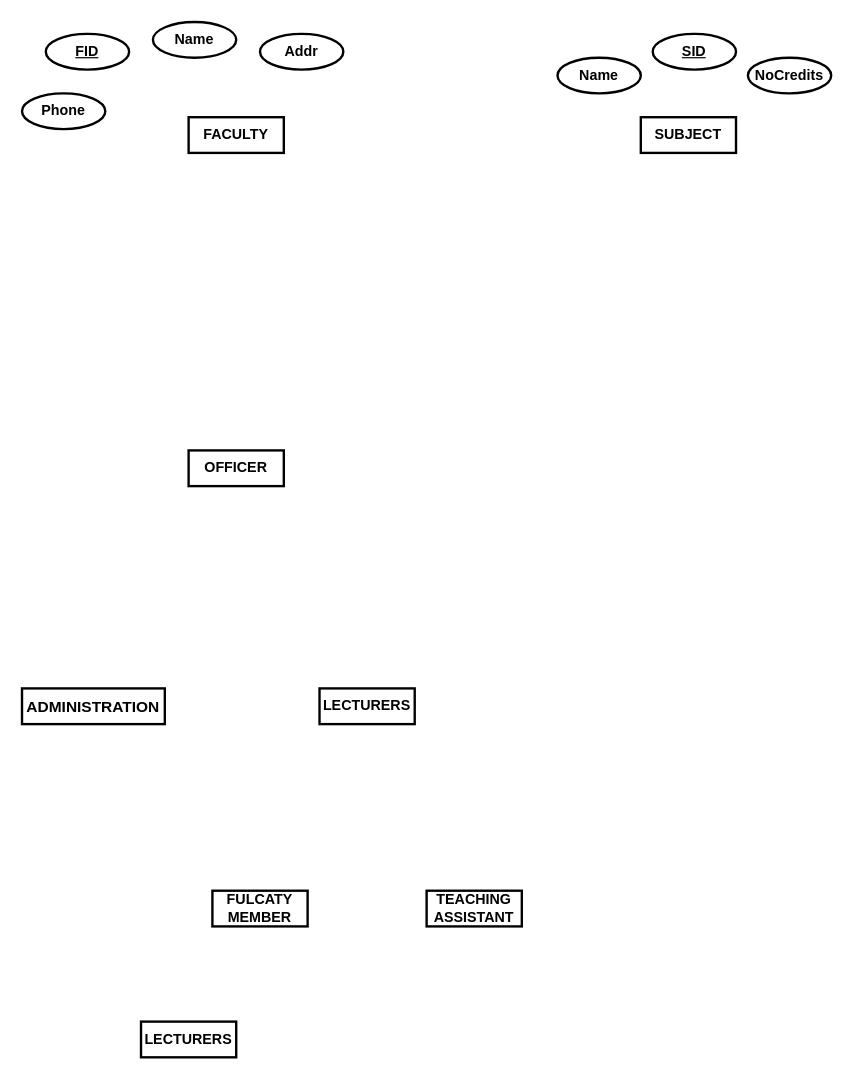
The draw.io diagram daotao-W5.drawio in kieuvantuyen01/testGit, before the edit. Source tidied: cells renumbered, new cells numbered last; positions are measured from the earlier drawing's top-left corner, leaving out a move shared by most shapes. Both pictures are drawn from the tidied source at 119%, with x=0, y=0 at pixel (21, 21).
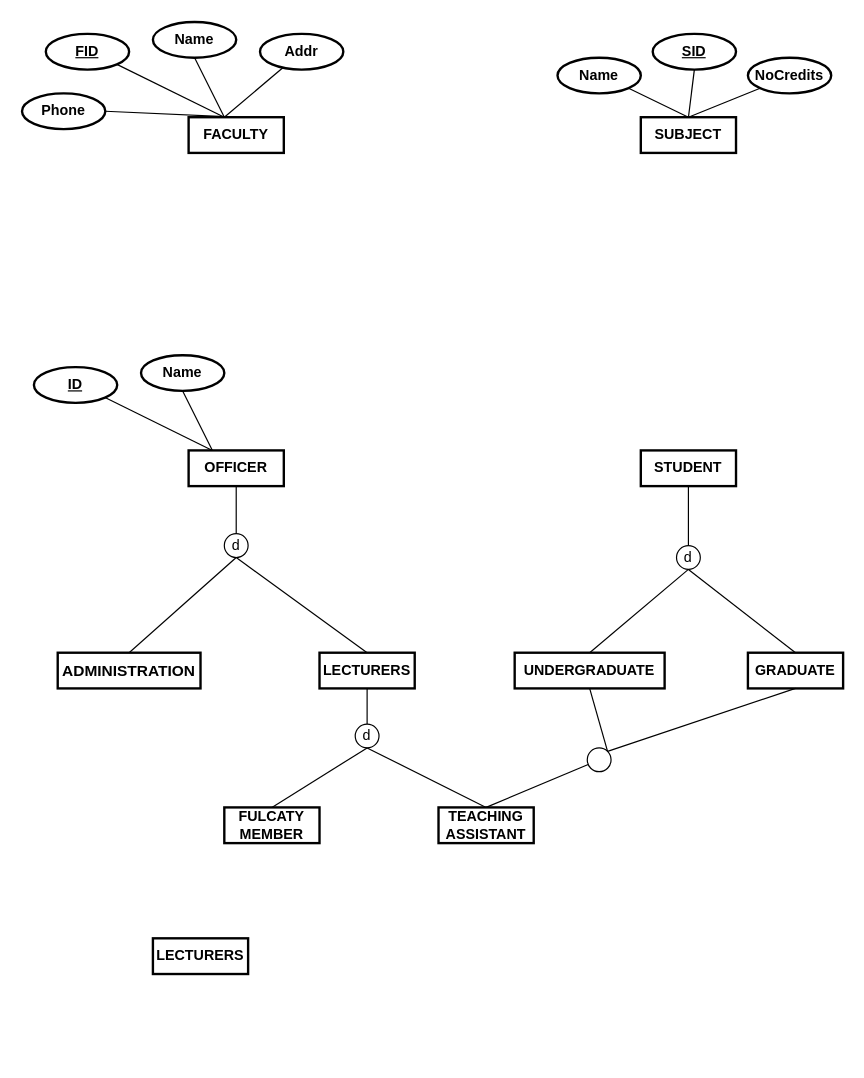
After the change.

Unchanged cells that the change refers to:
```xml
<mxCell id="2" value="&lt;b&gt;FACULTY&lt;/b&gt;" style="rounded=0;whiteSpace=wrap;html=1;strokeWidth=2;" parent="1" vertex="1">
  <mxGeometry x="140" y="80" width="80" height="30" as="geometry" />
</mxCell>
<mxCell id="3" value="&lt;span&gt;FID&lt;/span&gt;" style="ellipse;whiteSpace=wrap;html=1;strokeWidth=2;fontStyle=5;" parent="1" vertex="1">
  <mxGeometry x="20" y="10" width="70" height="30" as="geometry" />
</mxCell>
<mxCell id="4" value="&lt;b&gt;Name&lt;/b&gt;" style="ellipse;whiteSpace=wrap;html=1;strokeWidth=2;" parent="1" vertex="1">
  <mxGeometry x="110" width="70" height="30" as="geometry" />
</mxCell>
<mxCell id="5" value="&lt;b&gt;Addr&lt;/b&gt;" style="ellipse;whiteSpace=wrap;html=1;strokeWidth=2;" parent="1" vertex="1">
  <mxGeometry x="200" y="10" width="70" height="30" as="geometry" />
</mxCell>
<mxCell id="6" value="&lt;b&gt;Phone&lt;/b&gt;" style="ellipse;whiteSpace=wrap;html=1;strokeWidth=2;" parent="1" vertex="1">
  <mxGeometry y="60" width="70" height="30" as="geometry" />
</mxCell>
<mxCell id="7" value="&lt;b&gt;SUBJECT&lt;/b&gt;" style="rounded=0;whiteSpace=wrap;html=1;strokeWidth=2;" parent="1" vertex="1">
  <mxGeometry x="520" y="80" width="80" height="30" as="geometry" />
</mxCell>
<mxCell id="8" value="&lt;b&gt;Name&lt;/b&gt;" style="ellipse;whiteSpace=wrap;html=1;strokeWidth=2;" parent="1" vertex="1">
  <mxGeometry x="450" y="30" width="70" height="30" as="geometry" />
</mxCell>
<mxCell id="9" value="&lt;b&gt;&lt;u&gt;SID&lt;/u&gt;&lt;/b&gt;" style="ellipse;whiteSpace=wrap;html=1;strokeWidth=2;" parent="1" vertex="1">
  <mxGeometry x="530" y="10" width="70" height="30" as="geometry" />
</mxCell>
<mxCell id="10" value="&lt;b&gt;NoCredits&lt;/b&gt;" style="ellipse;whiteSpace=wrap;html=1;strokeWidth=2;" parent="1" vertex="1">
  <mxGeometry x="610" y="30" width="70" height="30" as="geometry" />
</mxCell>
<mxCell id="11" value="&lt;b&gt;OFFICER&lt;/b&gt;" style="rounded=0;whiteSpace=wrap;html=1;strokeWidth=2;" parent="1" vertex="1">
  <mxGeometry x="140" y="360" width="80" height="30" as="geometry" />
</mxCell>
```

Change to the diagram source:
```diff
@@
     <mxCell id="12" value="&lt;div&gt;&lt;span style=&quot;font-size: 13px&quot;&gt;&lt;font&gt;&lt;b&gt;ADMINISTRATION&lt;/b&gt;&lt;/font&gt;&lt;/span&gt;&lt;/div&gt;" style="rounded=0;whiteSpace=wrap;html=1;strokeWidth=2;fontFamily=Helvetica;" parent="1" vertex="1">
-      <mxGeometry y="560" width="120" height="30" as="geometry" />
+      <mxGeometry x="30" y="530" width="120" height="30" as="geometry" />
     </mxCell>
     <mxCell id="13" value="&lt;b&gt;LECTURERS&lt;/b&gt;" style="rounded=0;whiteSpace=wrap;html=1;strokeWidth=2;" parent="1" vertex="1">
-      <mxGeometry x="250" y="560" width="80" height="30" as="geometry" />
+      <mxGeometry x="250" y="530" width="80" height="30" as="geometry" />
     </mxCell>
     <mxCell id="14" value="&lt;b&gt;FULCATY MEMBER&lt;/b&gt;" style="rounded=0;whiteSpace=wrap;html=1;strokeWidth=2;" parent="1" vertex="1">
-      <mxGeometry x="160" y="730" width="80" height="30" as="geometry" />
+      <mxGeometry x="170" y="660" width="80" height="30" as="geometry" />
     </mxCell>
     <mxCell id="15" value="&lt;b&gt;TEACHING ASSISTANT&lt;/b&gt;" style="rounded=0;whiteSpace=wrap;html=1;strokeWidth=2;" parent="1" vertex="1">
-      <mxGeometry x="340" y="730" width="80" height="30" as="geometry" />
+      <mxGeometry x="350" y="660" width="80" height="30" as="geometry" />
     </mxCell>
     <mxCell id="16" value="&lt;b&gt;LECTURERS&lt;/b&gt;" style="rounded=0;whiteSpace=wrap;html=1;strokeWidth=2;" parent="1" vertex="1">
-      <mxGeometry x="100" y="840" width="80" height="30" as="geometry" />
+      <mxGeometry x="110" y="770" width="80" height="30" as="geometry" />
     </mxCell>
+    <mxCell id="17" value="&lt;b&gt;STUDENT&lt;/b&gt;" style="rounded=0;whiteSpace=wrap;html=1;strokeWidth=2;" parent="1" vertex="1">
+      <mxGeometry x="520" y="360" width="80" height="30" as="geometry" />
+    </mxCell>
+    <mxCell id="18" value="&lt;b&gt;UNDERGRADUATE&lt;/b&gt;" style="rounded=0;whiteSpace=wrap;html=1;strokeWidth=2;" parent="1" vertex="1">
+      <mxGeometry x="414" y="530" width="126" height="30" as="geometry" />
+    </mxCell>
+    <mxCell id="19" value="&lt;b&gt;GRADUATE&lt;/b&gt;" style="rounded=0;whiteSpace=wrap;html=1;strokeWidth=2;" parent="1" vertex="1">
+      <mxGeometry x="610" y="530" width="80" height="30" as="geometry" />
+    </mxCell>
+    <mxCell id="20" style="endArrow=none;html=1;rounded=0;exitX=0.5;exitY=1;exitDx=0;exitDy=0;" parent="1" edge="1" source="11" target="21">
+      <mxGeometry relative="1" as="geometry" />
+    </mxCell>
+    <mxCell id="21" value="d" style="ellipse;whiteSpace=wrap;html=1;" parent="1" vertex="1">
+      <mxGeometry x="170" y="430" width="20" height="20" as="geometry" />
+    </mxCell>
+    <mxCell id="22" style="endArrow=none;html=1;rounded=0;exitX=0.5;exitY=1;exitDx=0;exitDy=0;entryX=0.5;entryY=0;entryDx=0;entryDy=0;" parent="1" edge="1" source="21" target="12">
+      <mxGeometry relative="1" as="geometry" />
+    </mxCell>
+    <mxCell id="23" style="endArrow=none;html=1;rounded=0;exitX=0.5;exitY=1;exitDx=0;exitDy=0;entryX=0.5;entryY=0;entryDx=0;entryDy=0;" parent="1" edge="1" source="21" target="13">
+      <mxGeometry relative="1" as="geometry" />
+    </mxCell>
+    <mxCell id="24" style="endArrow=none;html=1;rounded=0;exitX=0.5;exitY=1;exitDx=0;exitDy=0;" parent="1" edge="1" source="17" target="25">
+      <mxGeometry relative="1" as="geometry" />
+    </mxCell>
+    <mxCell id="25" value="d" style="ellipse;whiteSpace=wrap;html=1;" parent="1" vertex="1">
+      <mxGeometry x="550" y="440" width="20" height="20" as="geometry" />
+    </mxCell>
+    <mxCell id="26" style="endArrow=none;html=1;rounded=0;exitX=0.5;exitY=1;exitDx=0;exitDy=0;entryX=0.5;entryY=0;entryDx=0;entryDy=0;" parent="1" edge="1" source="25" target="18">
+      <mxGeometry relative="1" as="geometry" />
+    </mxCell>
+    <mxCell id="27" style="endArrow=none;html=1;rounded=0;exitX=0.5;exitY=1;exitDx=0;exitDy=0;" parent="1" edge="1" source="25">
+      <mxGeometry relative="1" as="geometry">
+        <mxPoint x="650" y="530" as="targetPoint" />
+      </mxGeometry>
+    </mxCell>
+    <mxCell id="28" style="endArrow=none;html=1;rounded=0;exitX=0.5;exitY=1;exitDx=0;exitDy=0;" parent="1" edge="1" source="13" target="29">
+      <mxGeometry relative="1" as="geometry" />
+    </mxCell>
+    <mxCell id="29" value="d" style="ellipse;whiteSpace=wrap;html=1;" parent="1" vertex="1">
+      <mxGeometry x="280" y="590" width="20" height="20" as="geometry" />
+    </mxCell>
+    <mxCell id="30" style="endArrow=none;html=1;rounded=0;exitX=0.5;exitY=1;exitDx=0;exitDy=0;entryX=0.5;entryY=0;entryDx=0;entryDy=0;" parent="1" edge="1" source="29" target="14">
+      <mxGeometry relative="1" as="geometry" />
+    </mxCell>
+    <mxCell id="31" style="endArrow=none;html=1;rounded=0;exitX=0.5;exitY=1;exitDx=0;exitDy=0;entryX=0.5;entryY=0;entryDx=0;entryDy=0;" parent="1" edge="1" source="29" target="15">
+      <mxGeometry relative="1" as="geometry" />
+    </mxCell>
+    <mxCell id="32" style="endArrow=none;html=1;rounded=0;entryX=0.5;entryY=0;entryDx=0;entryDy=0;exitX=1;exitY=0.5;exitDx=0;exitDy=0;" parent="1" edge="1" source="6" target="2">
+      <mxGeometry relative="1" as="geometry" />
+    </mxCell>
+    <mxCell id="33" style="endArrow=none;html=1;rounded=0;exitX=1;exitY=1;exitDx=0;exitDy=0;" parent="1" edge="1" source="3">
+      <mxGeometry relative="1" as="geometry">
+        <mxPoint x="170" y="80" as="targetPoint" />
+      </mxGeometry>
+    </mxCell>
+    <mxCell id="34" style="endArrow=none;html=1;rounded=0;exitX=0.5;exitY=1;exitDx=0;exitDy=0;" parent="1" edge="1" source="4">
+      <mxGeometry relative="1" as="geometry">
+        <mxPoint x="170" y="80" as="targetPoint" />
+      </mxGeometry>
+    </mxCell>
+    <mxCell id="35" style="endArrow=none;html=1;rounded=0;" parent="1" edge="1" source="5">
+      <mxGeometry relative="1" as="geometry">
+        <mxPoint x="170" y="80" as="targetPoint" />
+      </mxGeometry>
+    </mxCell>
+    <mxCell id="36" style="endArrow=none;html=1;rounded=0;exitX=0.5;exitY=0;exitDx=0;exitDy=0;entryX=1;entryY=1;entryDx=0;entryDy=0;" parent="1" edge="1" source="7" target="8">
+      <mxGeometry relative="1" as="geometry" />
+    </mxCell>
+    <mxCell id="37" style="endArrow=none;html=1;rounded=0;entryX=0.5;entryY=1;entryDx=0;entryDy=0;" parent="1" edge="1" target="9">
+      <mxGeometry relative="1" as="geometry">
+        <mxPoint x="560" y="80" as="sourcePoint" />
+      </mxGeometry>
+    </mxCell>
+    <mxCell id="38" style="endArrow=none;html=1;rounded=0;entryX=0;entryY=1;entryDx=0;entryDy=0;" parent="1" edge="1" target="10">
+      <mxGeometry relative="1" as="geometry">
+        <mxPoint x="560" y="80" as="sourcePoint" />
+      </mxGeometry>
+    </mxCell>
+    <mxCell id="39" value="&lt;span&gt;ID&lt;/span&gt;" style="ellipse;whiteSpace=wrap;html=1;strokeWidth=2;fontStyle=5;" parent="1" vertex="1">
+      <mxGeometry x="10" y="290" width="70" height="30" as="geometry" />
+    </mxCell>
+    <mxCell id="40" value="&lt;b&gt;Name&lt;/b&gt;" style="ellipse;whiteSpace=wrap;html=1;strokeWidth=2;" parent="1" vertex="1">
+      <mxGeometry x="100" y="280" width="70" height="30" as="geometry" />
+    </mxCell>
+    <mxCell id="41" style="endArrow=none;html=1;rounded=0;exitX=1;exitY=1;exitDx=0;exitDy=0;" parent="1" edge="1" source="39">
+      <mxGeometry relative="1" as="geometry">
+        <mxPoint x="160" y="360" as="targetPoint" />
+      </mxGeometry>
+    </mxCell>
+    <mxCell id="42" style="endArrow=none;html=1;rounded=0;exitX=0.5;exitY=1;exitDx=0;exitDy=0;entryX=0.25;entryY=0;entryDx=0;entryDy=0;" parent="1" edge="1" source="40" target="11">
+      <mxGeometry relative="1" as="geometry" />
+    </mxCell>
+    <mxCell id="43" style="endArrow=none;html=1;rounded=0;exitX=0.5;exitY=0;exitDx=0;exitDy=0;" parent="1" edge="1" source="15" target="44">
+      <mxGeometry relative="1" as="geometry" />
+    </mxCell>
+    <mxCell id="44" style="ellipse;whiteSpace=wrap;html=1;" parent="1" vertex="1">
+      <mxGeometry x="475" y="610" width="20" height="20" as="geometry" />
+    </mxCell>
+    <mxCell id="45" style="endArrow=none;html=1;rounded=0;exitX=1;exitY=0;exitDx=0;exitDy=0;entryX=0.5;entryY=1;entryDx=0;entryDy=0;" parent="1" edge="1" source="44" target="18">
+      <mxGeometry relative="1" as="geometry" />
+    </mxCell>
+    <mxCell id="46" style="endArrow=none;html=1;rounded=0;exitX=0.5;exitY=1;exitDx=0;exitDy=0;entryX=1;entryY=0;entryDx=0;entryDy=0;" parent="1" edge="1" source="19" target="44">
+      <mxGeometry relative="1" as="geometry" />
+    </mxCell>
```
